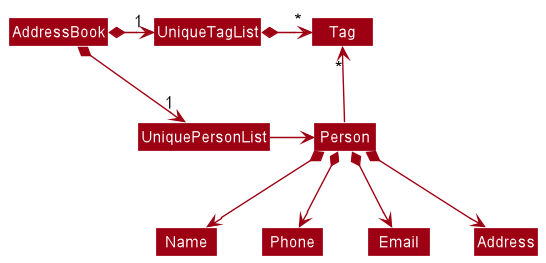
Earlier version of the PlantUML export docs/images/BetterModelClassDiagram.png (nus-cs2103-AY2122S1/tp).
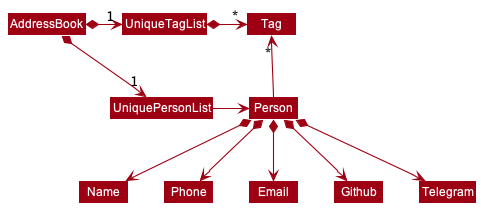
The same diagram one commit later.

What changed in the source:
```diff
@@ -17,5 +17,6 @@
 Person *--> Name
 Person *--> Phone
 Person *--> Email
-Person *--> Address
+Person *--> Github
+Person *--> Telegram
 @enduml
```
